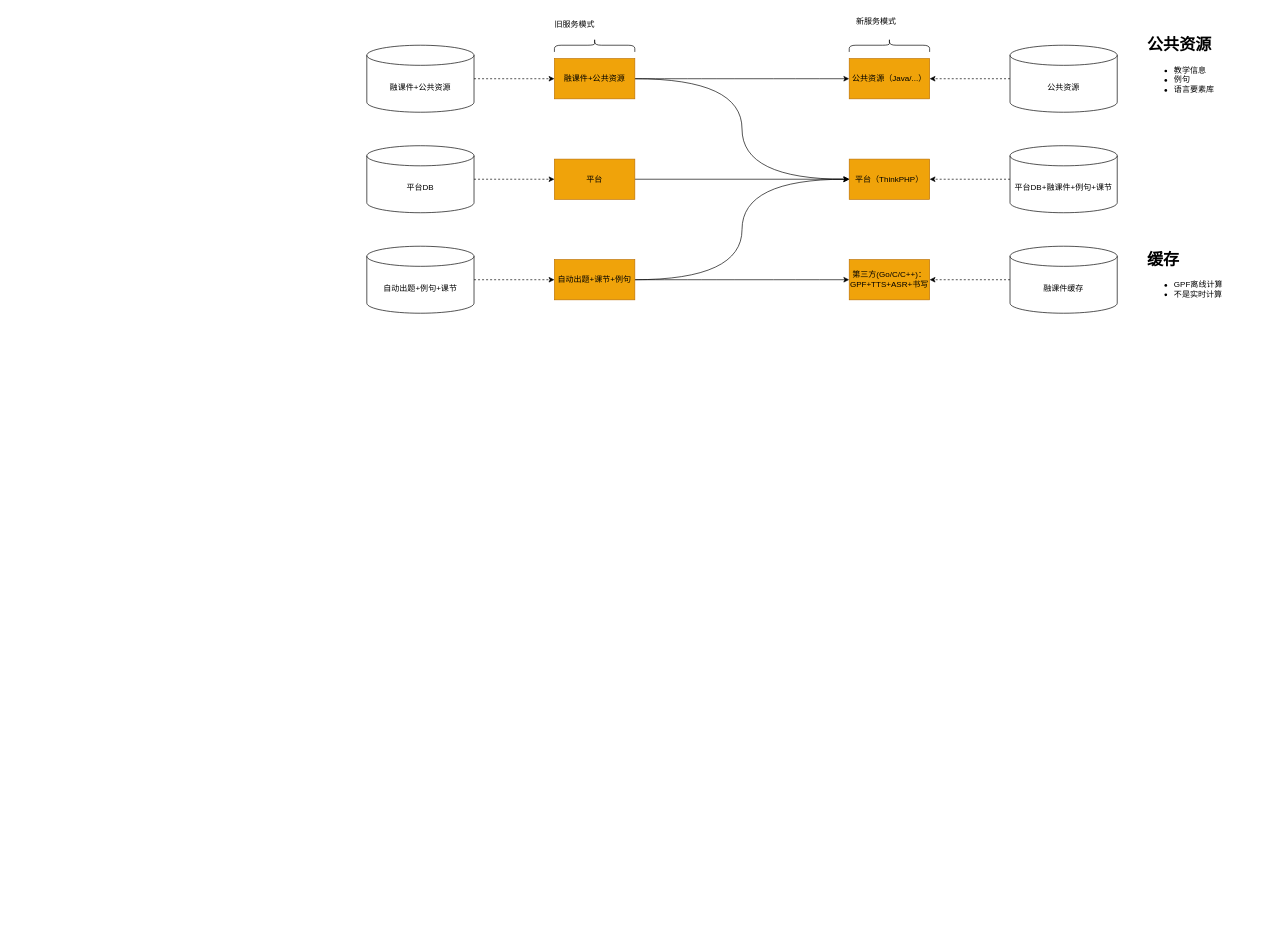
Before: page "迁移目标" (2 of 5) of drawio/未命名绘图.drawio in izhaoyong/oss, a draw.io diagram. Source tidied: cells renumbered, new cells numbered last; positions are measured from the earlier drawing's top-left corner, leaving out a move shared by most shapes. Both pictures are drawn from the tidied source at 67%, with x=0, y=0 at pixel (366, 5).
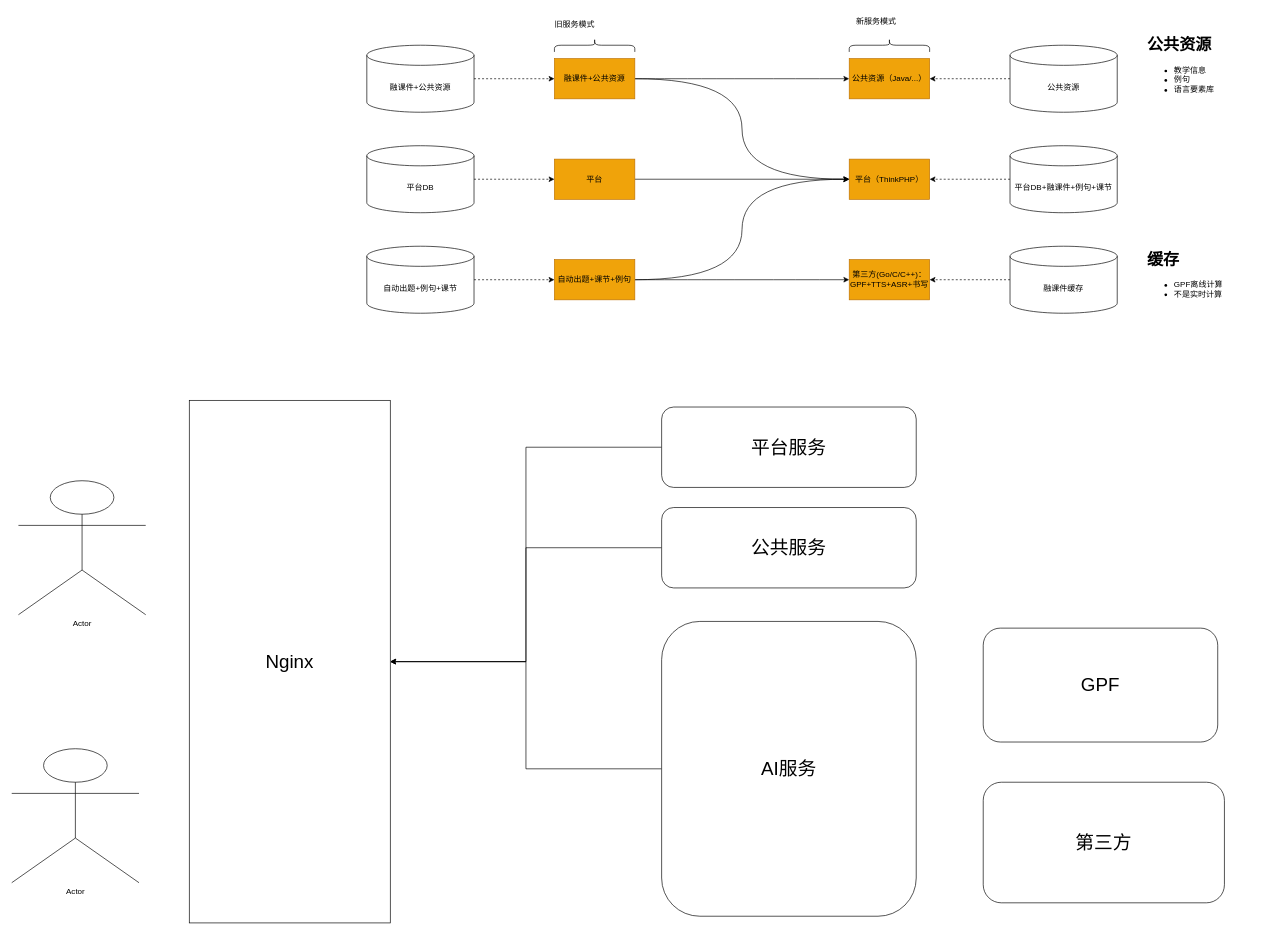
After the change.

Diff of the diagram source:
```diff
@@
+    <mxCell id="31" value="Actor" style="shape=umlActor;verticalLabelPosition=bottom;verticalAlign=top;html=1;" parent="1" vertex="1">
+      <mxGeometry x="-520" y="710" width="190" height="200" as="geometry" />
+    </mxCell>
+    <mxCell id="32" value="Actor" style="shape=umlActor;verticalLabelPosition=bottom;verticalAlign=top;html=1;" parent="1" vertex="1">
+      <mxGeometry x="-530" y="1110" width="190" height="200" as="geometry" />
+    </mxCell>
+    <mxCell id="33" value="Nginx" style="rounded=0;whiteSpace=wrap;html=1;fontSize=28;" parent="1" vertex="1">
+      <mxGeometry x="-265" y="590" width="300" height="780" as="geometry" />
+    </mxCell>
+    <mxCell id="34" style="edgeStyle=orthogonalEdgeStyle;rounded=0;jettySize=auto;html=1;fontSize=28;" parent="1" edge="1" source="35" target="33">
+      <mxGeometry relative="1" as="geometry" />
+    </mxCell>
+    <mxCell id="35" value="平台服务" style="rounded=1;whiteSpace=wrap;html=1;fontSize=28;" parent="1" vertex="1">
+      <mxGeometry x="440" y="600" width="380" height="120" as="geometry" />
+    </mxCell>
+    <mxCell id="36" style="edgeStyle=orthogonalEdgeStyle;rounded=0;jettySize=auto;html=1;fontSize=28;" parent="1" edge="1" source="37" target="33">
+      <mxGeometry relative="1" as="geometry" />
+    </mxCell>
+    <mxCell id="37" value="公共服务" style="rounded=1;whiteSpace=wrap;html=1;fontSize=28;" parent="1" vertex="1">
+      <mxGeometry x="440" y="750" width="380" height="120" as="geometry" />
+    </mxCell>
+    <mxCell id="38" style="edgeStyle=orthogonalEdgeStyle;rounded=0;jettySize=auto;html=1;fontSize=28;" parent="1" edge="1" source="39" target="33">
+      <mxGeometry relative="1" as="geometry" />
+    </mxCell>
+    <mxCell id="39" value="AI服务" style="rounded=1;whiteSpace=wrap;html=1;fontSize=28;" parent="1" vertex="1">
+      <mxGeometry x="440" y="920" width="380" height="440" as="geometry" />
+    </mxCell>
+    <mxCell id="40" value="GPF" style="rounded=1;whiteSpace=wrap;html=1;fontSize=28;" parent="1" vertex="1">
+      <mxGeometry x="920" y="930" width="350" height="170" as="geometry" />
+    </mxCell>
+    <mxCell id="41" value="第三方" style="rounded=1;whiteSpace=wrap;html=1;fontSize=28;" parent="1" vertex="1">
+      <mxGeometry x="920" y="1160" width="360" height="180" as="geometry" />
+    </mxCell>
```
